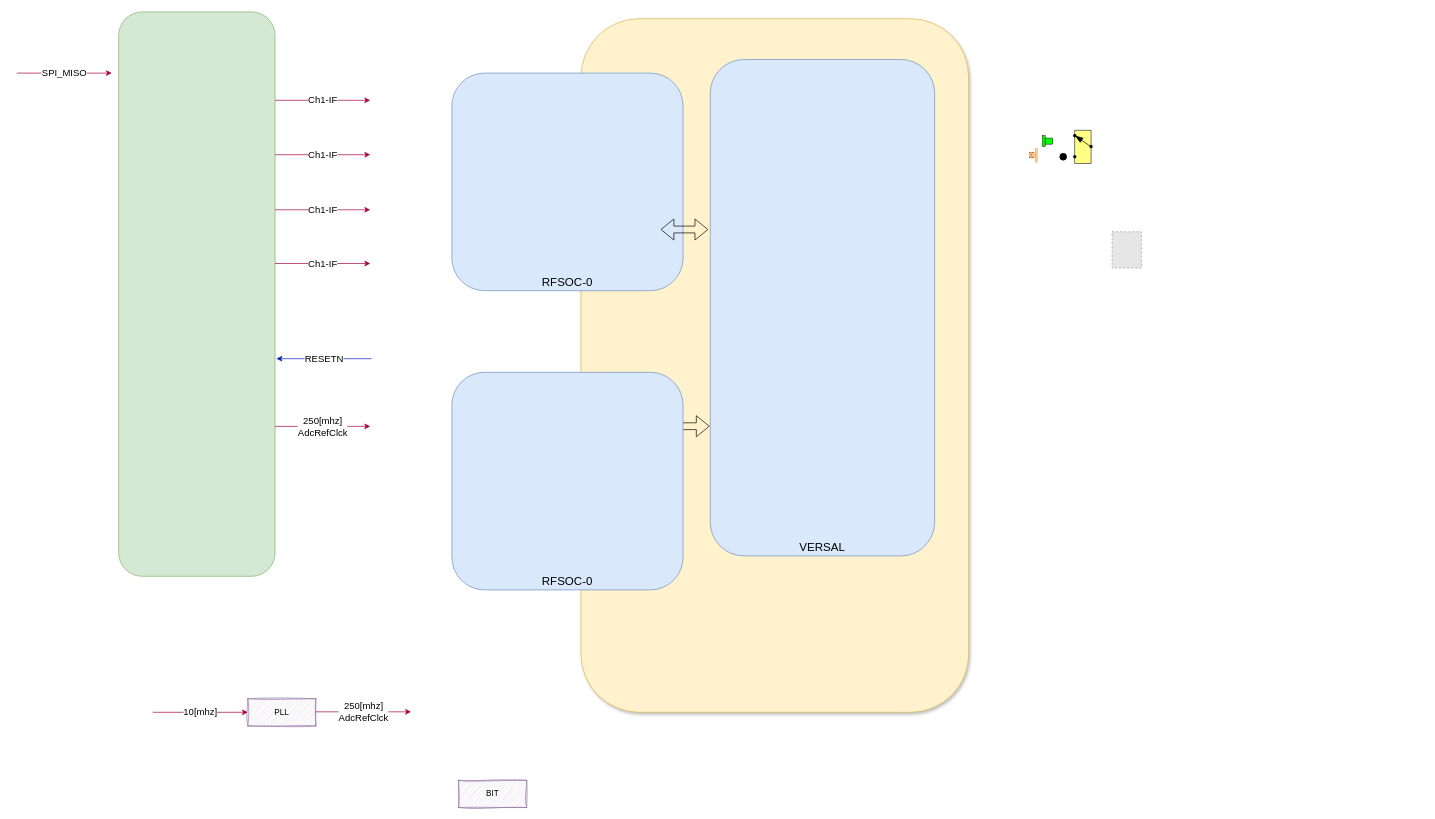
Before: page "Stage-1" (1 of 13) of CDRP.drawio in guyizk/CDRP, a draw.io diagram. Source tidied: cells renumbered, new cells numbered last; positions are measured from the earlier drawing's top-left corner, leaving out a move shared by most shapes. Both pictures are drawn from the tidied source at 68%, with x=0, y=0 at pixel (16, 12). Pictures stored in the file or linked from it are replaced by grey dashed boxes.
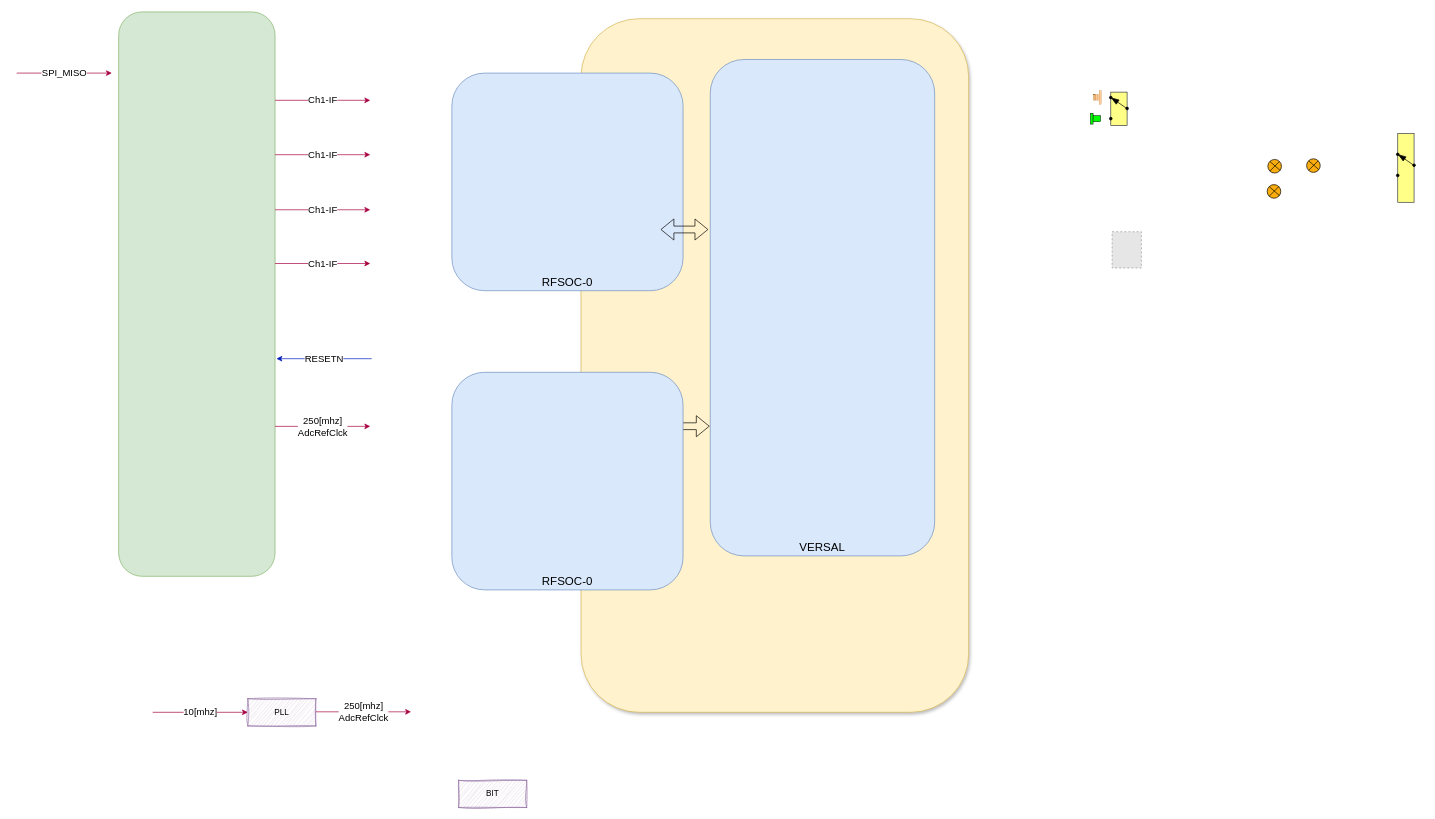
The same diagram, later.

Change to the diagram source:
```diff
@@
     <mxCell id="20" style="group;" parent="1" vertex="1">
-      <mxGeometry x="1489" y="201" width="12" height="20" as="geometry" />
+      <mxGeometry x="1583" y="116" width="12" height="20" as="geometry" />
     </mxCell>
@@
     <mxCell id="27" style="group;" parent="1" vertex="1">
-      <mxGeometry x="1508.5" y="182" width="15" height="16" as="geometry" />
+      <mxGeometry x="1579" y="149" width="15" height="16" as="geometry" />
     </mxCell>
@@
     <mxCell id="30" style="rounded=0;whiteSpace=wrap;html=1;fillColor=#ffff88;strokeColor=#36393d;" parent="1" vertex="1">
-      <mxGeometry x="1556" y="174" width="24" height="49" as="geometry" />
+      <mxGeometry x="1609" y="118" width="24" height="49" as="geometry" />
     </mxCell>
     <mxCell id="31" style="ellipse;whiteSpace=wrap;html=1;fillColor=#000000;" parent="1" vertex="1">
-      <mxGeometry x="1578" y="196" width="4" height="4" as="geometry" />
+      <mxGeometry x="1631" y="140" width="4" height="4" as="geometry" />
     </mxCell>
-    <mxCell id="32" style="ellipse;whiteSpace=wrap;html=1;fillColor=#000000;" parent="1" vertex="1">
-      <mxGeometry x="1534" y="208" width="10" height="10" as="geometry" />
-    </mxCell>
@@
     <mxCell id="34" style="ellipse;whiteSpace=wrap;html=1;fillColor=#000000;" parent="1" vertex="1">
-      <mxGeometry x="1554" y="180" width="4" height="4" as="geometry" />
+      <mxGeometry x="1607" y="124" width="4" height="4" as="geometry" />
     </mxCell>
     <mxCell id="35" style="ellipse;whiteSpace=wrap;html=1;fillColor=#000000;" parent="1" vertex="1">
-      <mxGeometry x="1554" y="211" width="4" height="4" as="geometry" />
+      <mxGeometry x="1607" y="155" width="4" height="4" as="geometry" />
     </mxCell>
+    <mxCell id="36" style="group;" parent="1" vertex="1">
+      <mxGeometry x="1839" y="254" width="20" height="20" as="geometry" />
+    </mxCell>
+    <mxCell id="37" style="ellipse;whiteSpace=wrap;html=1;fillColor=#FAAD0F;fontColor=#000000;strokeColor=#000000;" parent="36" vertex="1">
+      <mxGeometry width="20" height="20" as="geometry" />
+    </mxCell>
+    <mxCell id="38" style="edgeStyle=none;orthogonalLoop=1;jettySize=auto;html=1;rounded=0;endArrow=none;endFill=0;entryX=1;entryY=1;entryDx=0;entryDy=0;fillColor=#f0a30a;strokeColor=#000000;" parent="36" edge="1">
+      <mxGeometry relative="1" as="geometry">
+        <mxPoint x="3" y="3" as="sourcePoint" />
+        <mxPoint x="18.1" y="16.1" as="targetPoint" />
+      </mxGeometry>
+    </mxCell>
+    <mxCell id="39" style="edgeStyle=none;orthogonalLoop=1;jettySize=auto;html=1;rounded=0;endArrow=none;endFill=0;entryX=0;entryY=1;entryDx=0;entryDy=0;exitX=1;exitY=0;exitDx=0;exitDy=0;fillColor=#f0a30a;strokeColor=#000000;" parent="36" edge="1" source="37" target="37">
+      <mxGeometry relative="1" as="geometry" />
+    </mxCell>
+    <mxCell id="40" style="group;" parent="1" vertex="1">
+      <mxGeometry x="1840" y="217" width="20" height="20" as="geometry" />
+    </mxCell>
+    <mxCell id="41" style="ellipse;whiteSpace=wrap;html=1;fillColor=#FAAD0F;fontColor=#000000;strokeColor=#000000;" parent="40" vertex="1">
+      <mxGeometry width="20" height="20" as="geometry" />
+    </mxCell>
+    <mxCell id="42" style="edgeStyle=none;orthogonalLoop=1;jettySize=auto;html=1;rounded=0;endArrow=none;endFill=0;entryX=1;entryY=1;entryDx=0;entryDy=0;fillColor=#f0a30a;strokeColor=#000000;" parent="40" edge="1">
+      <mxGeometry relative="1" as="geometry">
+        <mxPoint x="3" y="3" as="sourcePoint" />
+        <mxPoint x="18.1" y="16.1" as="targetPoint" />
+      </mxGeometry>
+    </mxCell>
+    <mxCell id="43" style="edgeStyle=none;orthogonalLoop=1;jettySize=auto;html=1;rounded=0;endArrow=none;endFill=0;entryX=0;entryY=1;entryDx=0;entryDy=0;exitX=1;exitY=0;exitDx=0;exitDy=0;fillColor=#f0a30a;strokeColor=#000000;" parent="40" edge="1" source="41" target="41">
+      <mxGeometry relative="1" as="geometry" />
+    </mxCell>
+    <mxCell id="44" style="group;" parent="1" vertex="1">
+      <mxGeometry x="1897" y="216" width="20" height="20" as="geometry" />
+    </mxCell>
+    <mxCell id="45" style="ellipse;whiteSpace=wrap;html=1;fillColor=#FAAD0F;fontColor=#000000;strokeColor=#000000;" parent="44" vertex="1">
+      <mxGeometry width="20" height="20" as="geometry" />
+    </mxCell>
+    <mxCell id="46" style="edgeStyle=none;orthogonalLoop=1;jettySize=auto;html=1;rounded=0;endArrow=none;endFill=0;entryX=1;entryY=1;entryDx=0;entryDy=0;fillColor=#f0a30a;strokeColor=#000000;" parent="44" edge="1">
+      <mxGeometry relative="1" as="geometry">
+        <mxPoint x="3" y="3" as="sourcePoint" />
+        <mxPoint x="18.1" y="16.1" as="targetPoint" />
+      </mxGeometry>
+    </mxCell>
+    <mxCell id="47" style="edgeStyle=none;orthogonalLoop=1;jettySize=auto;html=1;rounded=0;endArrow=none;endFill=0;entryX=0;entryY=1;entryDx=0;entryDy=0;exitX=1;exitY=0;exitDx=0;exitDy=0;fillColor=#f0a30a;strokeColor=#000000;" parent="44" edge="1" source="45" target="45">
+      <mxGeometry relative="1" as="geometry" />
+    </mxCell>
+    <mxCell id="48" style="rounded=0;whiteSpace=wrap;html=1;fillColor=#ffff88;strokeColor=#36393d;" parent="1" vertex="1">
+      <mxGeometry x="2031" y="179" width="24" height="101" as="geometry" />
+    </mxCell>
+    <mxCell id="49" style="ellipse;whiteSpace=wrap;html=1;fillColor=#000000;" parent="1" vertex="1">
+      <mxGeometry x="2053" y="223.5" width="4" height="4" as="geometry" />
+    </mxCell>
+    <mxCell id="50" style="edgeStyle=none;jettySize=auto;html=1;rounded=0;entryX=0.536;entryY=0.456;entryDx=0;entryDy=0;endArrow=blockThin;endFill=1;startSize=12;endSize=10;sourcePerimeterSpacing=18;strokeWidth=1;entryPerimeter=0;exitX=0.507;exitY=0.583;exitDx=0;exitDy=0;exitPerimeter=0;" parent="1" edge="1" source="49" target="51">
+      <mxGeometry relative="1" as="geometry" />
+    </mxCell>
+    <mxCell id="51" style="ellipse;whiteSpace=wrap;html=1;fillColor=#000000;" parent="1" vertex="1">
+      <mxGeometry x="2029" y="207.5" width="4" height="4" as="geometry" />
+    </mxCell>
+    <mxCell id="52" style="ellipse;whiteSpace=wrap;html=1;fillColor=#000000;" parent="1" vertex="1">
+      <mxGeometry x="2029" y="238.5" width="4" height="4" as="geometry" />
+    </mxCell>
```
